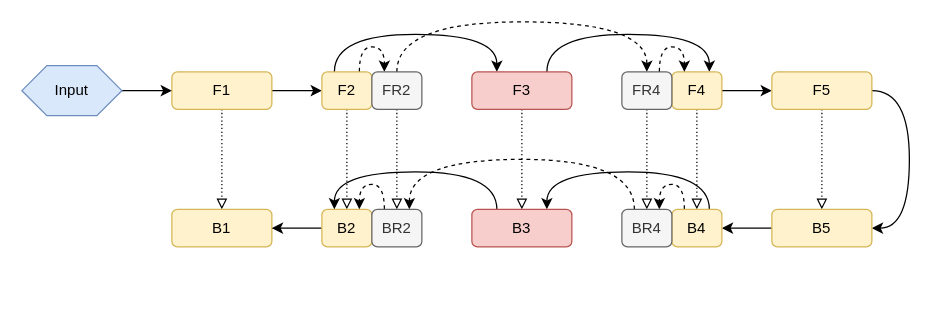
This is rc.drawio from mulanfly/diagrams, a draw.io file, before an edit. Source tidied: cells renumbered, new cells numbered last; positions are measured from the earlier drawing's top-left corner, leaving out a move shared by most shapes. Both pictures are drawn from the tidied source at 125%, with x=0, y=0 at pixel (21, 21).
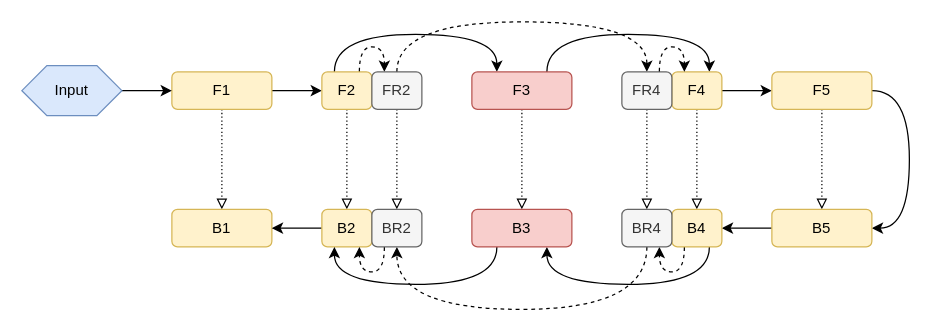
The same page after the edit.

Unchanged cells that the change refers to:
```xml
<mxCell id="30" value="B4" style="rounded=1;whiteSpace=wrap;html=1;shadow=0;sketch=0;glass=0;fillColor=#fff2cc;strokeColor=#d6b656;" parent="1" vertex="1">
  <mxGeometry x="520" y="150" width="40" height="30" as="geometry" />
</mxCell>
<mxCell id="32" value="BR4" style="rounded=1;whiteSpace=wrap;html=1;shadow=0;sketch=0;glass=0;fillColor=#f5f5f5;strokeColor=#666666;gradientDirection=east;fontColor=#333333;" parent="1" vertex="1">
  <mxGeometry x="480" y="150" width="40" height="30" as="geometry" />
</mxCell>
<mxCell id="35" value="B2" style="rounded=1;whiteSpace=wrap;html=1;shadow=0;sketch=0;glass=0;fillColor=#fff2cc;strokeColor=#d6b656;gradientColor=none;gradientDirection=east;" parent="1" vertex="1">
  <mxGeometry x="240" y="150" width="40" height="30" as="geometry" />
</mxCell>
<mxCell id="37" value="BR2" style="rounded=1;whiteSpace=wrap;html=1;shadow=0;sketch=0;glass=0;fillColor=#f5f5f5;strokeColor=#666666;gradientDirection=east;fontColor=#333333;" parent="1" vertex="1">
  <mxGeometry x="280" y="150" width="40" height="30" as="geometry" />
</mxCell>
<mxCell id="39" value="B3" style="rounded=1;whiteSpace=wrap;html=1;shadow=0;sketch=0;glass=0;fillColor=#f8cecc;strokeColor=#b85450;" parent="1" vertex="1">
  <mxGeometry x="360" y="150" width="80" height="30" as="geometry" />
</mxCell>
```

Diff of the diagram source:
```diff
@@
+    <mxCell id="29" style="edgeStyle=orthogonalEdgeStyle;curved=1;rounded=0;jettySize=auto;html=1;exitX=0.75;exitY=1;exitDx=0;exitDy=0;entryX=0.75;entryY=1;entryDx=0;entryDy=0;" parent="1" edge="1" source="30" target="39">
+      <mxGeometry relative="1" as="geometry">
+        <Array as="points">
+          <mxPoint x="550" y="210" />
+          <mxPoint x="420" y="210" />
+        </Array>
+      </mxGeometry>
+    </mxCell>
-    <mxCell id="28" style="edgeStyle=orthogonalEdgeStyle;curved=1;sketch=0;jettySize=auto;html=1;exitX=0.25;exitY=0;exitDx=0;exitDy=0;entryX=0.75;entryY=0;entryDx=0;entryDy=0;shadow=0;strokeColor=#000000;dashed=1;" parent="1" edge="1" source="30" target="32">
+    <mxCell id="28" style="edgeStyle=orthogonalEdgeStyle;curved=1;rounded=0;jettySize=auto;html=1;exitX=0.25;exitY=1;exitDx=0;exitDy=0;entryX=0.75;entryY=1;entryDx=0;entryDy=0;dashed=1;" parent="1" edge="1" source="30" target="32">
       <mxGeometry relative="1" as="geometry">
         <Array as="points">
-          <mxPoint x="530" y="130" />
-          <mxPoint x="510" y="130" />
+          <mxPoint x="530" y="200" />
+          <mxPoint x="510" y="200" />
         </Array>
       </mxGeometry>
     </mxCell>
-    <mxCell id="29" style="edgeStyle=orthogonalEdgeStyle;curved=1;sketch=0;jettySize=auto;html=1;exitX=0.75;exitY=0;exitDx=0;exitDy=0;entryX=0.75;entryY=0;entryDx=0;entryDy=0;shadow=0;endArrow=classic;endFill=1;endSize=6;strokeColor=#000000;strokeWidth=1;" parent="1" edge="1" source="30" target="39">
-      <mxGeometry relative="1" as="geometry">
-        <Array as="points">
-          <mxPoint x="550" y="120" />
-          <mxPoint x="420" y="120" />
-        </Array>
-      </mxGeometry>
-    </mxCell>
@@
-    <mxCell id="31" style="edgeStyle=orthogonalEdgeStyle;curved=1;sketch=0;jettySize=auto;html=1;exitX=0.25;exitY=0;exitDx=0;exitDy=0;entryX=0.75;entryY=0;entryDx=0;entryDy=0;shadow=0;dashed=1;strokeColor=#000000;" parent="1" edge="1" source="32" target="37">
+    <mxCell id="31" style="edgeStyle=orthogonalEdgeStyle;curved=1;rounded=0;jettySize=auto;html=1;exitX=0.5;exitY=1;exitDx=0;exitDy=0;entryX=0.5;entryY=1;entryDx=0;entryDy=0;dashed=1;" parent="1" edge="1" source="32" target="37">
       <mxGeometry relative="1" as="geometry">
         <Array as="points">
-          <mxPoint x="490" y="110" />
-          <mxPoint x="310" y="110" />
+          <mxPoint x="500" y="230" />
+          <mxPoint x="300" y="230" />
         </Array>
       </mxGeometry>
     </mxCell>
@@
-    <mxCell id="36" style="edgeStyle=orthogonalEdgeStyle;curved=1;sketch=0;jettySize=auto;html=1;exitX=0.25;exitY=0;exitDx=0;exitDy=0;entryX=0.75;entryY=0;entryDx=0;entryDy=0;shadow=0;dashed=1;strokeColor=#000000;" parent="1" edge="1" source="37" target="35">
+    <mxCell id="36" style="edgeStyle=orthogonalEdgeStyle;curved=1;rounded=0;jettySize=auto;html=1;exitX=0.25;exitY=1;exitDx=0;exitDy=0;entryX=0.75;entryY=1;entryDx=0;entryDy=0;dashed=1;" parent="1" edge="1" source="37" target="35">
       <mxGeometry relative="1" as="geometry">
         <Array as="points">
-          <mxPoint x="290" y="130" />
-          <mxPoint x="270" y="130" />
+          <mxPoint x="290" y="200" />
+          <mxPoint x="270" y="200" />
         </Array>
       </mxGeometry>
     </mxCell>
@@
-    <mxCell id="38" style="edgeStyle=orthogonalEdgeStyle;sketch=0;jettySize=auto;html=1;exitX=0.25;exitY=0;exitDx=0;exitDy=0;entryX=0.25;entryY=0;entryDx=0;entryDy=0;shadow=0;endArrow=classic;endFill=1;endSize=6;strokeColor=#000000;strokeWidth=1;curved=1;" parent="1" edge="1" source="39" target="35">
+    <mxCell id="38" style="edgeStyle=orthogonalEdgeStyle;curved=1;rounded=0;jettySize=auto;html=1;exitX=0.25;exitY=1;exitDx=0;exitDy=0;entryX=0.25;entryY=1;entryDx=0;entryDy=0;" parent="1" edge="1" source="39" target="35">
       <mxGeometry relative="1" as="geometry">
         <Array as="points">
-          <mxPoint x="380" y="120" />
-          <mxPoint x="250" y="120" />
+          <mxPoint x="380" y="210" />
+          <mxPoint x="250" y="210" />
         </Array>
       </mxGeometry>
     </mxCell>
```
